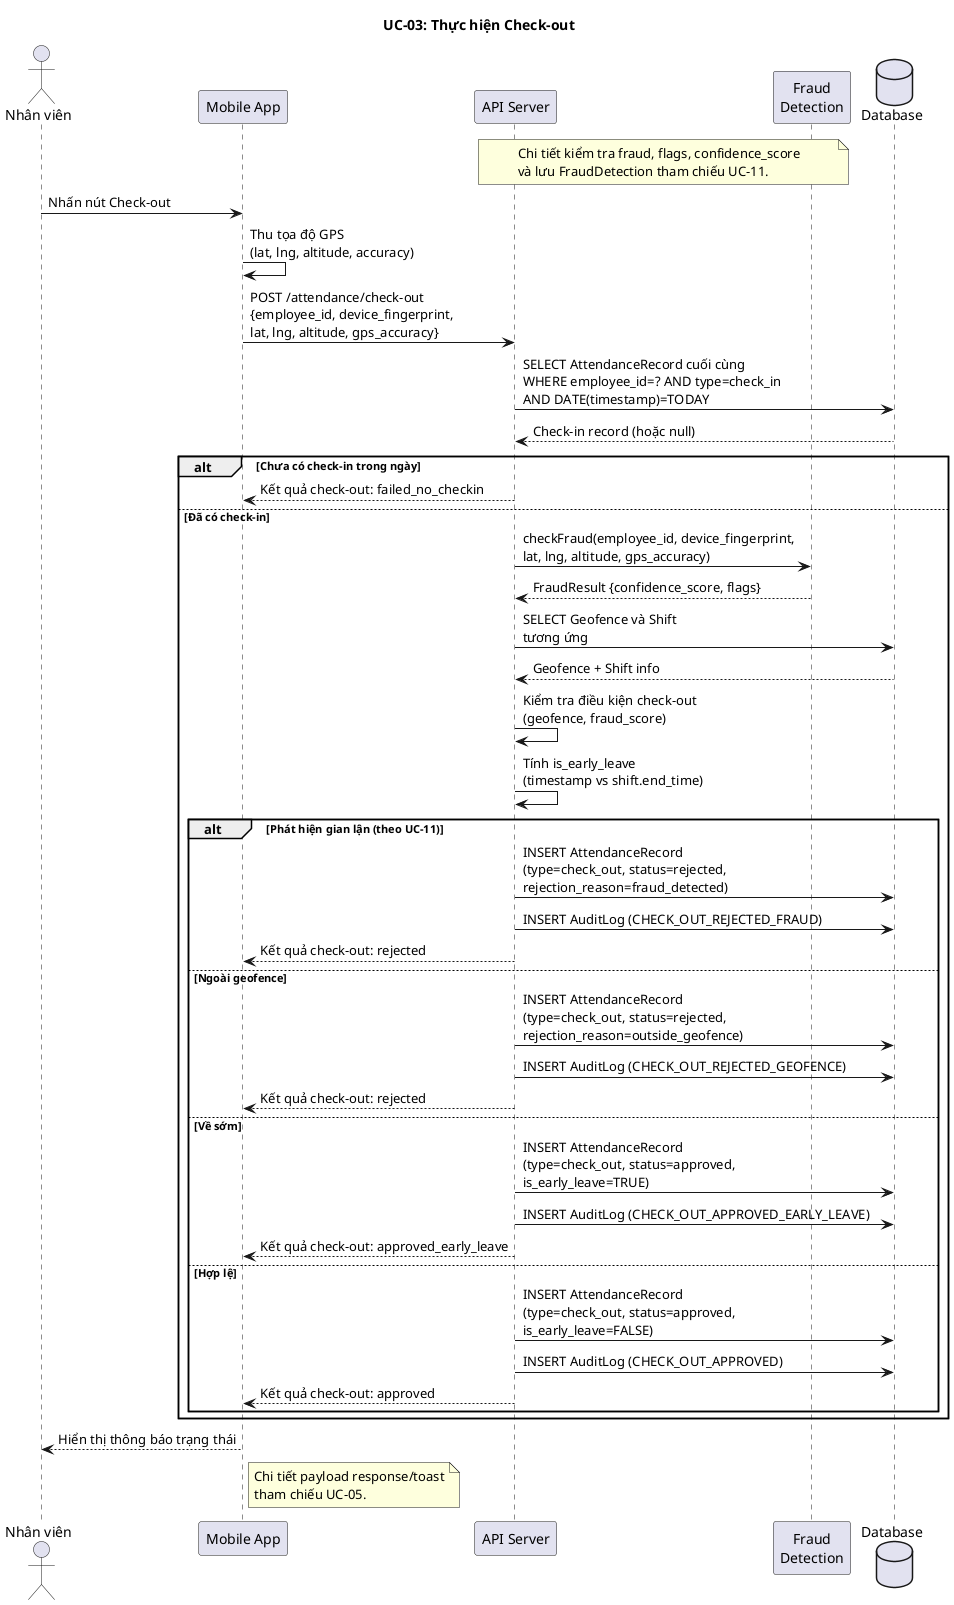
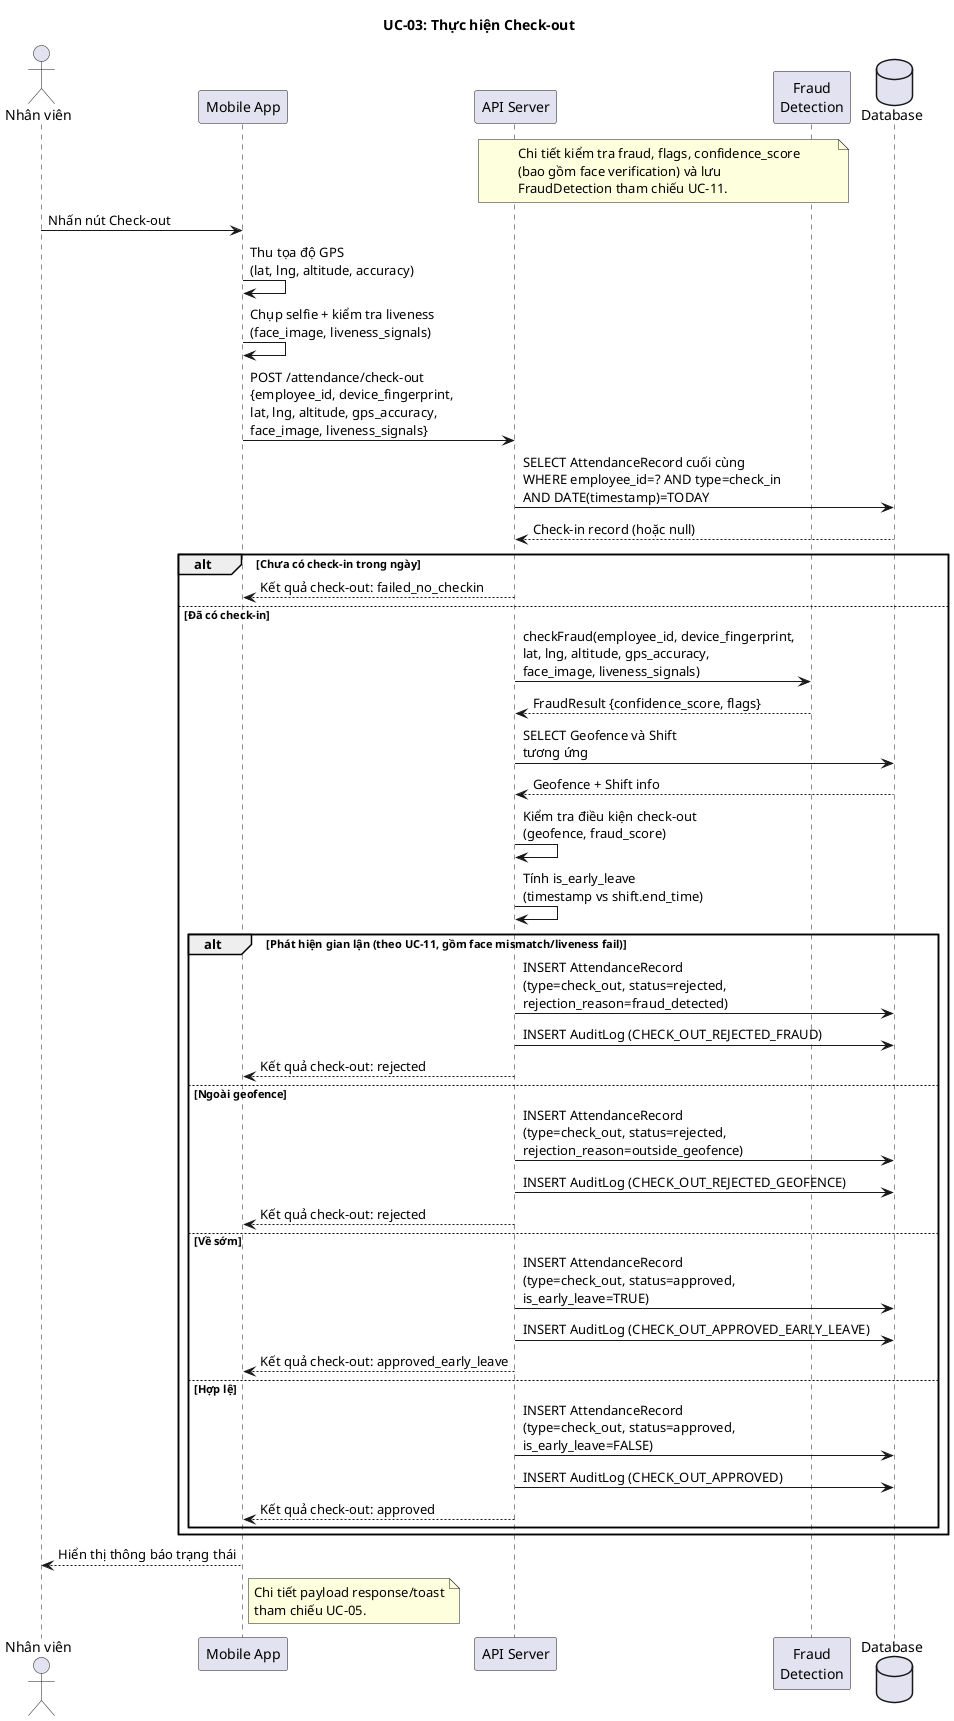
@startuml UC03_CheckOut
title UC-03: Thực hiện Check-out

actor "Nhân viên" as NV
participant "Mobile App" as App
participant "API Server" as API
participant "Fraud\nDetection" as Fraud
database "Database" as DB

note over API, Fraud
    Chi tiết kiểm tra fraud, flags, confidence_score
-     và lưu FraudDetection tham chiếu UC-11.
+     (bao gồm face verification) và lưu
+     FraudDetection tham chiếu UC-11.
end note

NV -> App : Nhấn nút Check-out
App -> App : Thu tọa độ GPS\n(lat, lng, altitude, accuracy)
- App -> API : POST /attendance/check-out\n{employee_id, device_fingerprint,\nlat, lng, altitude, gps_accuracy}
+ App -> App : Chụp selfie + kiểm tra liveness\n(face_image, liveness_signals)
+ App -> API : POST /attendance/check-out\n{employee_id, device_fingerprint,\nlat, lng, altitude, gps_accuracy,\nface_image, liveness_signals}

API -> DB : SELECT AttendanceRecord cuối cùng\nWHERE employee_id=? AND type=check_in\nAND DATE(timestamp)=TODAY
DB --> API : Check-in record (hoặc null)

alt Chưa có check-in trong ngày
    API --> App : Kết quả check-out: failed_no_checkin
else Đã có check-in
-     API -> Fraud : checkFraud(employee_id, device_fingerprint,\nlat, lng, altitude, gps_accuracy)
+     API -> Fraud : checkFraud(employee_id, device_fingerprint,\nlat, lng, altitude, gps_accuracy,\nface_image, liveness_signals)
    Fraud --> API : FraudResult {confidence_score, flags}

    API -> DB : SELECT Geofence và Shift\ntương ứng
    DB --> API : Geofence + Shift info

    API -> API : Kiểm tra điều kiện check-out\n(geofence, fraud_score)
    API -> API : Tính is_early_leave\n(timestamp vs shift.end_time)

-     alt Phát hiện gian lận (theo UC-11)
+     alt Phát hiện gian lận (theo UC-11, gồm face mismatch/liveness fail)
        API -> DB : INSERT AttendanceRecord\n(type=check_out, status=rejected,\nrejection_reason=fraud_detected)
        API -> DB : INSERT AuditLog (CHECK_OUT_REJECTED_FRAUD)
        API --> App : Kết quả check-out: rejected

    else Ngoài geofence
        API -> DB : INSERT AttendanceRecord\n(type=check_out, status=rejected,\nrejection_reason=outside_geofence)
        API -> DB : INSERT AuditLog (CHECK_OUT_REJECTED_GEOFENCE)
        API --> App : Kết quả check-out: rejected

    else Về sớm
        API -> DB : INSERT AttendanceRecord\n(type=check_out, status=approved,\nis_early_leave=TRUE)
        API -> DB : INSERT AuditLog (CHECK_OUT_APPROVED_EARLY_LEAVE)
        API --> App : Kết quả check-out: approved_early_leave

    else Hợp lệ
        API -> DB : INSERT AttendanceRecord\n(type=check_out, status=approved,\nis_early_leave=FALSE)
        API -> DB : INSERT AuditLog (CHECK_OUT_APPROVED)
        API --> App : Kết quả check-out: approved
    end
end

App --> NV : Hiển thị thông báo trạng thái
note right of App
  Chi tiết payload response/toast
  tham chiếu UC-05.
end note

@enduml
